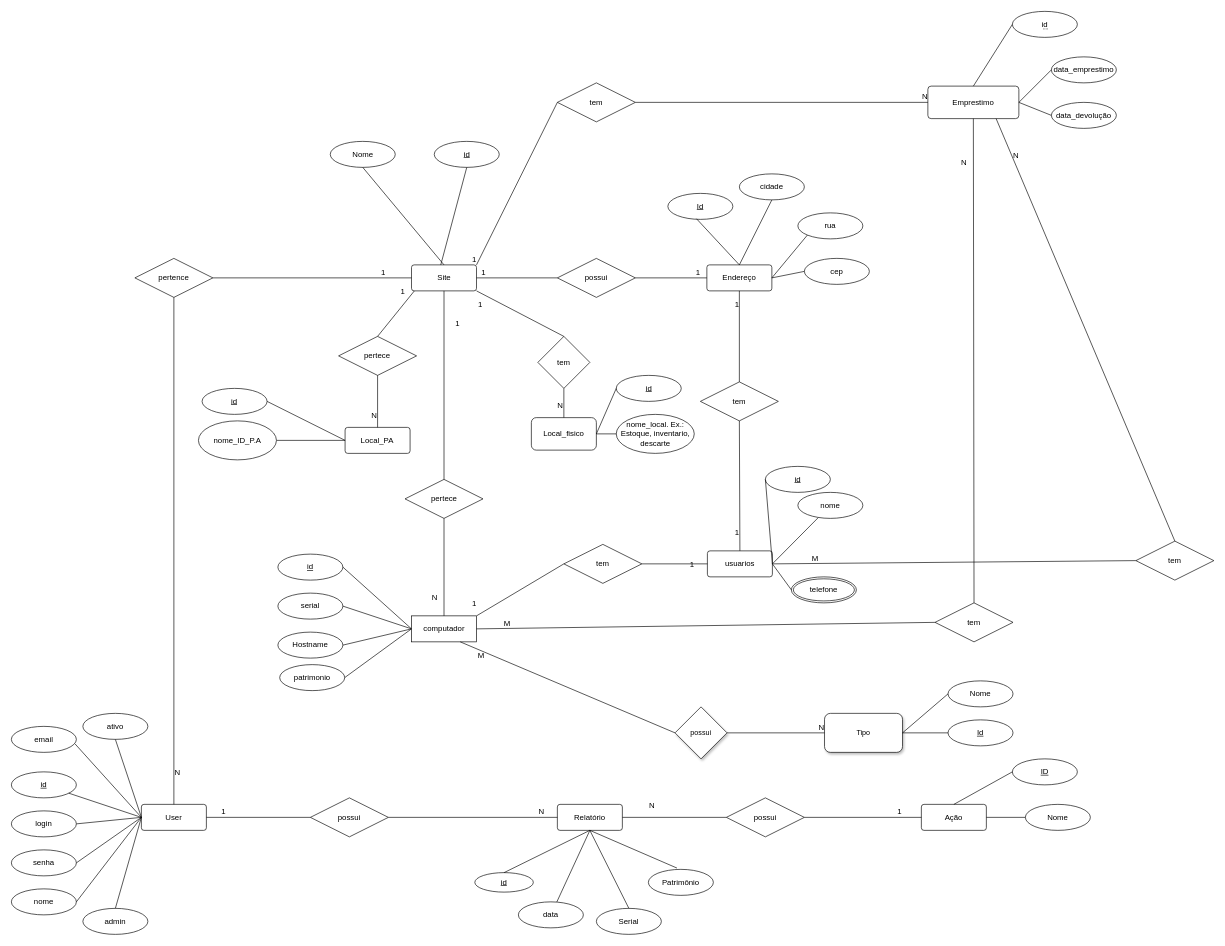
The draw.io diagram app/static/img/monitora.drawio in jesiqueira/monitora, before the edit. Source tidied: cells renumbered, new cells numbered last; positions are measured from the earlier drawing's top-left corner, leaving out a move shared by most shapes. Both pictures are drawn from the tidied source at 65%, with x=0, y=0 at pixel (11, 11).
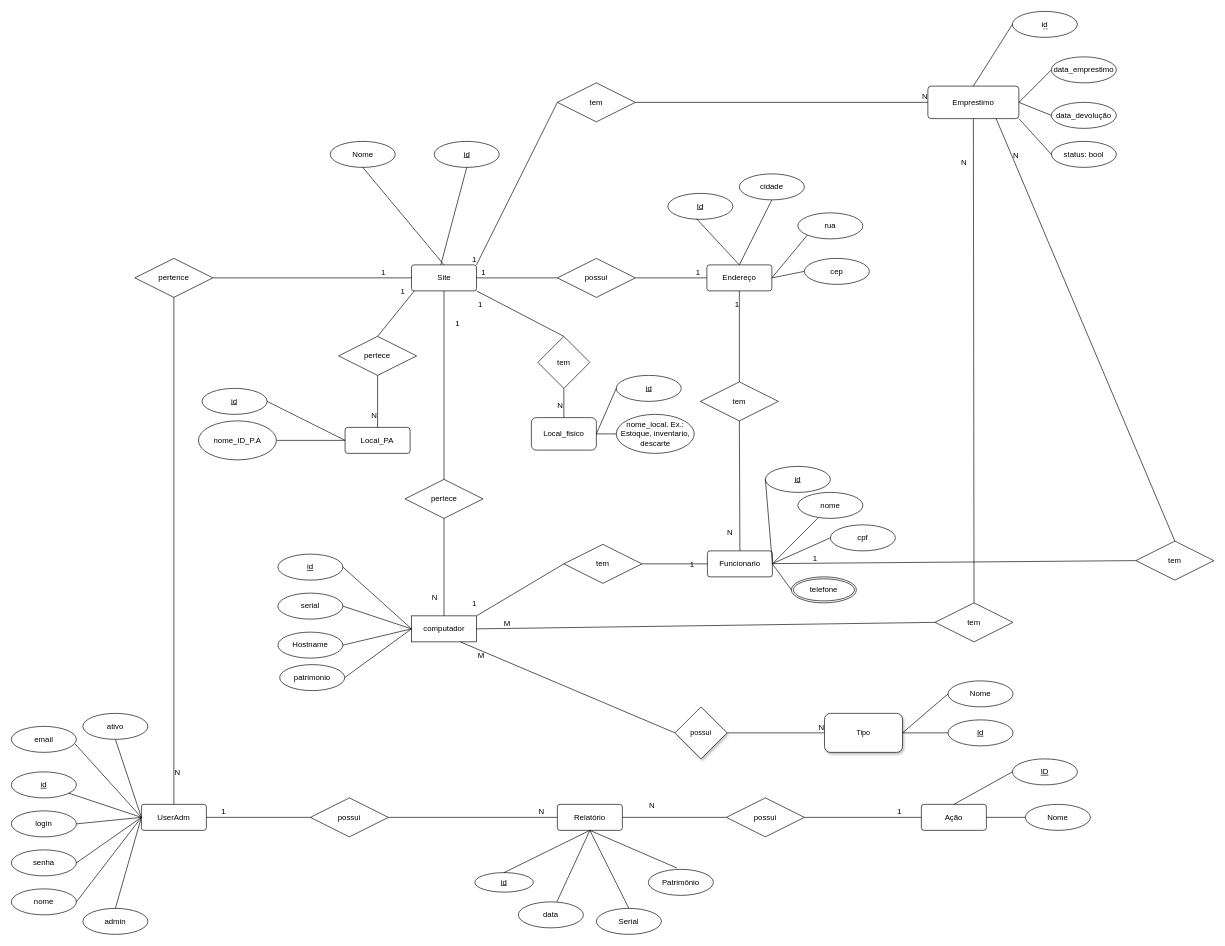
After the change.

Commit message (it also covers changes not shown here):
Modificado descrição do BD - MER

Unchanged cells that the change refers to:
```xml
<mxCell id="110" value="tem" style="shape=rhombus;perimeter=rhombusPerimeter;whiteSpace=wrap;html=1;align=center;" parent="1" vertex="1">
  <mxGeometry x="1060" y="570" width="120" height="60" as="geometry" />
</mxCell>
<mxCell id="123" value="Emprestimo" style="rounded=1;arcSize=10;whiteSpace=wrap;html=1;align=center;" parent="1" vertex="1">
  <mxGeometry x="1410" y="115" width="140" height="50" as="geometry" />
</mxCell>
<mxCell id="147" value="tem" style="shape=rhombus;perimeter=rhombusPerimeter;whiteSpace=wrap;html=1;align=center;" parent="1" vertex="1">
  <mxGeometry x="1730" y="815" width="120" height="60" as="geometry" />
</mxCell>
```

The edit, as a diff of the source:
```diff
@@
-    <mxCell id="30" value="User" style="rounded=1;arcSize=10;whiteSpace=wrap;html=1;align=center;" parent="1" vertex="1">
+    <mxCell id="30" value="UserAdm" style="rounded=1;arcSize=10;whiteSpace=wrap;html=1;align=center;" parent="1" vertex="1">
       <mxGeometry x="200" y="1220" width="100" height="40" as="geometry" />
     </mxCell>
@@
-    <mxCell id="101" value="usuarios" style="rounded=1;arcSize=10;whiteSpace=wrap;html=1;align=center;" parent="1" vertex="1">
+    <mxCell id="101" value="Funcionario" style="rounded=1;arcSize=10;whiteSpace=wrap;html=1;align=center;" parent="1" vertex="1">
       <mxGeometry x="1070.8" y="830" width="100" height="40" as="geometry" />
     </mxCell>
@@
-    <mxCell id="113" style="endArrow=none;html=1;rounded=0;exitX=0.5;exitY=1;exitDx=0;exitDy=0;entryX=0.5;entryY=0;entryDx=0;entryDy=0;" parent="1" edge="1" source="110" target="101">
-      <mxGeometry relative="1" as="geometry" />
-    </mxCell>
-    <mxCell id="114" value="1" style="html=1;align=right;verticalAlign=bottom;" parent="113" vertex="1">
-      <mxGeometry x="1" relative="1" as="geometry">
-        <mxPoint x="-1" y="-20" as="offset" />
-      </mxGeometry>
-    </mxCell>
@@
-    <mxCell id="148" style="endArrow=none;html=1;rounded=0;exitX=1;exitY=0.5;exitDx=0;exitDy=0;entryX=0;entryY=0.5;entryDx=0;entryDy=0;" parent="1" edge="1" source="101" target="147">
-      <mxGeometry relative="1" as="geometry" />
-    </mxCell>
-    <mxCell id="149" value="M" style="html=1;align=left;verticalAlign=bottom;" parent="148" vertex="1">
-      <mxGeometry x="-1" relative="1" as="geometry">
-        <mxPoint x="59" as="offset" />
-      </mxGeometry>
-    </mxCell>
@@
+    <mxCell id="152" value="cpf" style="ellipse;whiteSpace=wrap;html=1;align=center;" parent="1" vertex="1">
+      <mxGeometry x="1260" y="790" width="100" height="40" as="geometry" />
+    </mxCell>
+    <mxCell id="153" style="endArrow=none;html=1;rounded=0;entryX=0;entryY=0.5;entryDx=0;entryDy=0;" parent="1" edge="1" target="152">
+      <mxGeometry relative="1" as="geometry">
+        <mxPoint x="1170" y="850" as="sourcePoint" />
+      </mxGeometry>
+    </mxCell>
+    <mxCell id="113" style="endArrow=none;html=1;rounded=0;entryX=0.5;entryY=0;entryDx=0;entryDy=0;exitX=0.5;exitY=1;exitDx=0;exitDy=0;" parent="1" edge="1" source="110" target="101">
+      <mxGeometry relative="1" as="geometry" />
+    </mxCell>
+    <mxCell id="154" value="N" style="html=1;align=right;verticalAlign=bottom;" parent="113" vertex="1">
+      <mxGeometry x="1" relative="1" as="geometry">
+        <mxPoint x="-11" y="-20" as="offset" />
+      </mxGeometry>
+    </mxCell>
+    <mxCell id="155" value="status: bool" style="ellipse;whiteSpace=wrap;html=1;align=center;" parent="1" vertex="1">
+      <mxGeometry x="1600" y="200" width="100" height="40" as="geometry" />
+    </mxCell>
+    <mxCell id="156" style="endArrow=none;html=1;rounded=0;entryX=0;entryY=0.5;entryDx=0;entryDy=0;exitX=1;exitY=1;exitDx=0;exitDy=0;" parent="1" edge="1" source="123" target="155">
+      <mxGeometry relative="1" as="geometry" />
+    </mxCell>
+    <mxCell id="157" style="endArrow=none;html=1;rounded=0;exitX=0;exitY=0.5;exitDx=0;exitDy=0;" parent="1" edge="1" source="147" target="101">
+      <mxGeometry relative="1" as="geometry" />
+    </mxCell>
+    <mxCell id="114" value="1" style="html=1;align=right;verticalAlign=bottom;" parent="157" vertex="1">
+      <mxGeometry x="1" relative="1" as="geometry">
+        <mxPoint x="69" as="offset" />
+      </mxGeometry>
+    </mxCell>
```
